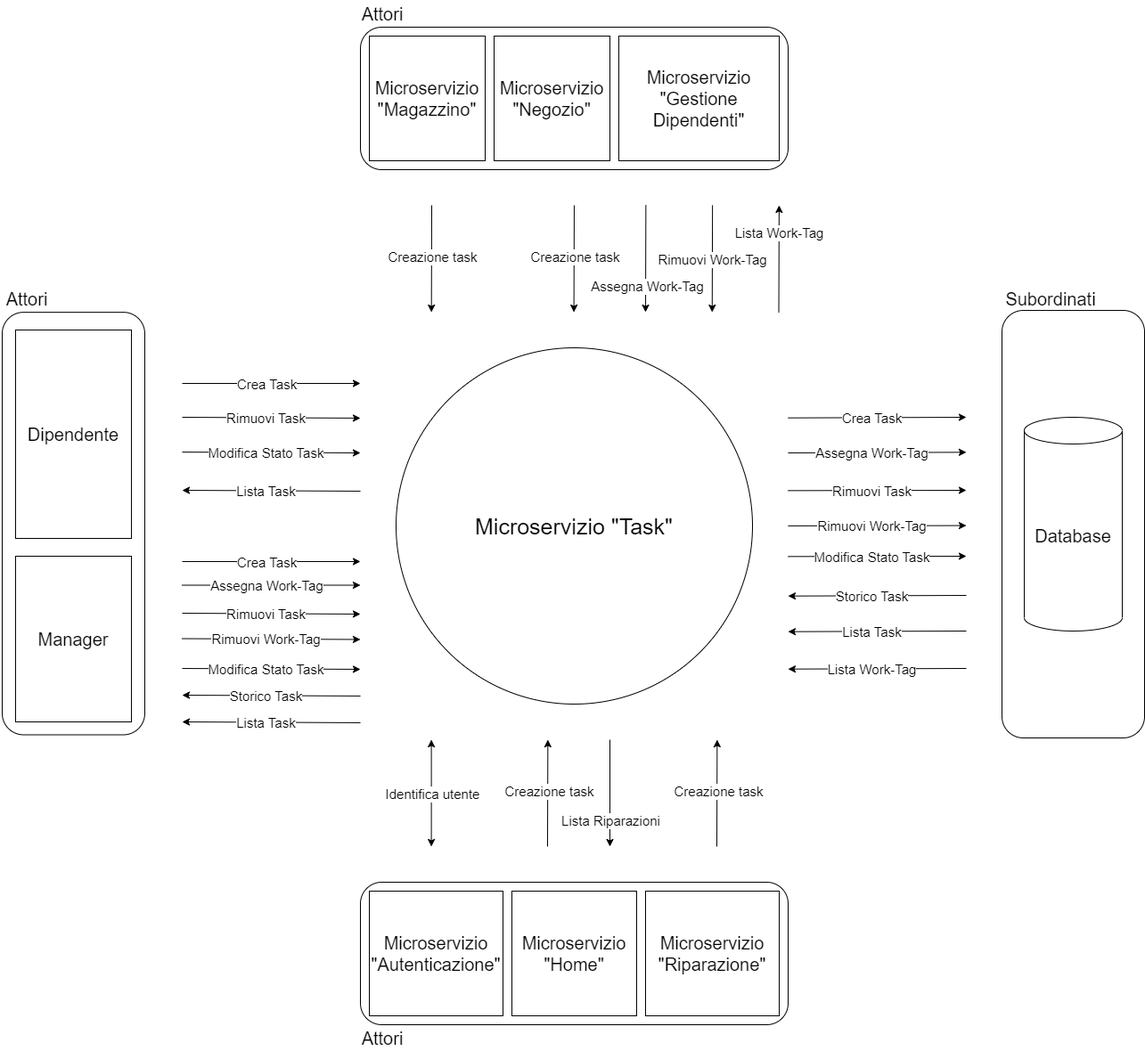
Earlier version of the draw.io export second-deliverable/images/Diagrammi_Contesto/Diagramma_Contesto_Task.png (IS-FixMi/Documentation-Source). Source tidied: cells renumbered, new cells last; positions are measured from the earlier drawing's top-left corner, leaving out a move shared by most shapes.
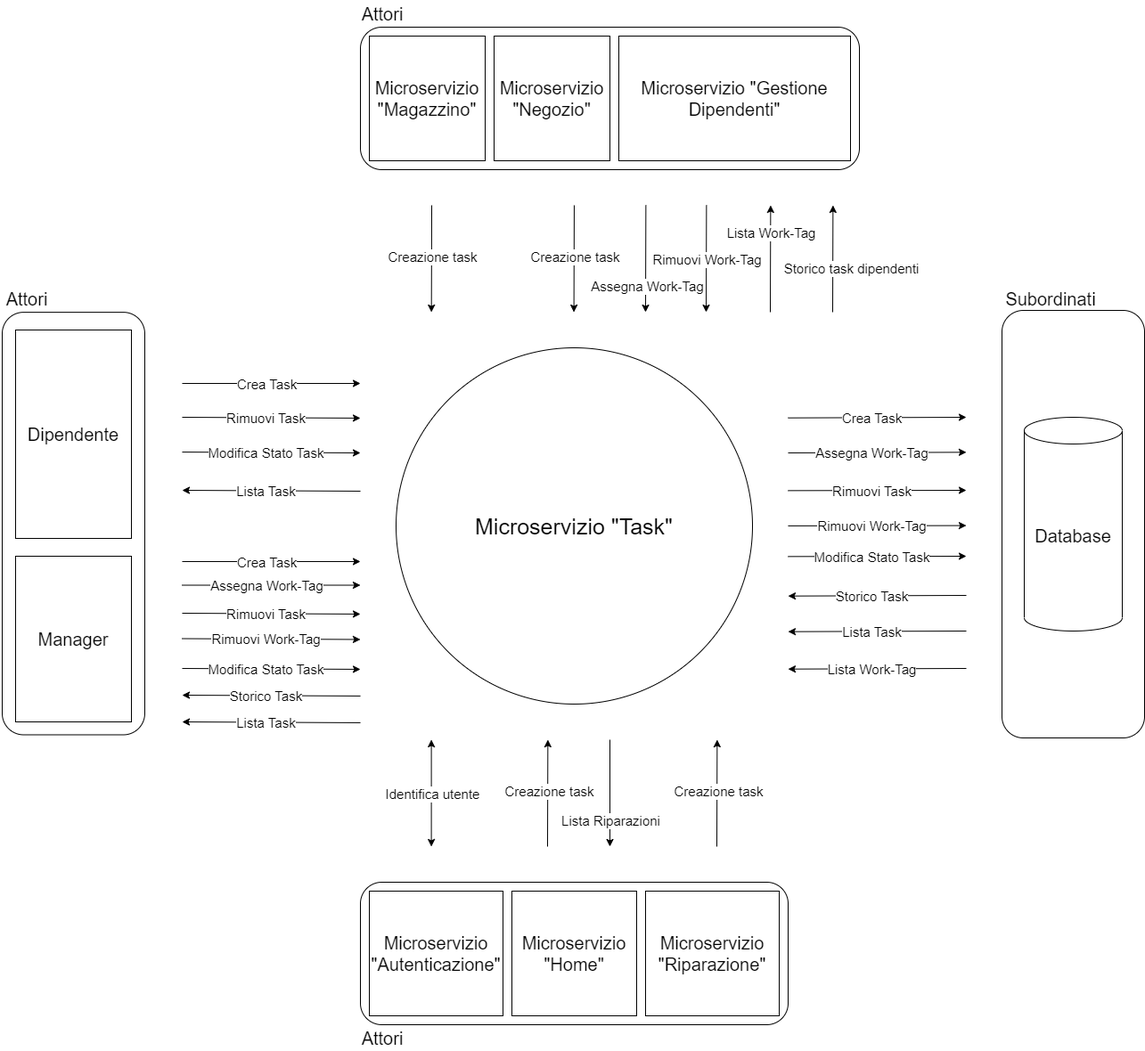
The same file after the commit.

Commit message:
Completate descrizioni UCD, Modificato diagramma di contesto

Change to the diagram source:
```diff
@@ -6,7 +6,7 @@
       <mxGeometry x="599" y="390" width="400" height="400" as="geometry" />
     </mxCell>
     <mxCell id="3" style="rounded=1;whiteSpace=wrap;html=1;fillColor=none;" parent="1" vertex="1">
-      <mxGeometry x="559" y="30" width="480" height="160" as="geometry" />
+      <mxGeometry x="559" y="30" width="560" height="160" as="geometry" />
     </mxCell>
     <mxCell id="4" style="rounded=1;whiteSpace=wrap;html=1;fillColor=none;rotation=-90;" parent="1" vertex="1">
       <mxGeometry x="-0.2" y="507.3" width="474.4" height="160" as="geometry" />
@@ -84,7 +84,7 @@
       <mxGeometry x="569" y="40" width="130" height="140" as="geometry" />
     </mxCell>
     <mxCell id="23" value="&lt;span style=&quot;font-size: 20px;&quot;&gt;Microservizio &quot;Gestione Dipendenti&quot;&lt;/span&gt;" style="rounded=0;whiteSpace=wrap;html=1;" parent="1" vertex="1">
-      <mxGeometry x="849" y="40" width="180" height="140" as="geometry" />
+      <mxGeometry x="849" y="40" width="260" height="140" as="geometry" />
     </mxCell>
     <mxCell id="24" value="&lt;font style=&quot;font-size: 20px;&quot;&gt;Microservizio &quot;Negozio&quot;&lt;/font&gt;" style="rounded=0;whiteSpace=wrap;html=1;" parent="1" vertex="1">
       <mxGeometry x="709" y="40" width="130" height="140" as="geometry" />
@@ -224,8 +224,8 @@
     </mxCell>
     <mxCell id="56" style="endArrow=classic;html=1;rounded=0;startArrow=none;startFill=0;endFill=1;" parent="1" edge="1">
       <mxGeometry relative="1" as="geometry">
-        <mxPoint x="954.1" y="230" as="sourcePoint" />
-        <mxPoint x="953.8" y="350" as="targetPoint" />
+        <mxPoint x="947.4" y="230" as="sourcePoint" />
+        <mxPoint x="947" y="350" as="targetPoint" />
       </mxGeometry>
     </mxCell>
     <mxCell id="57" value="&lt;span style=&quot;font-size: 15px;&quot;&gt;Rimuovi Work-Tag&lt;/span&gt;" style="edgeLabel;html=1;align=center;verticalAlign=middle;" parent="56" vertex="1">
@@ -235,8 +235,8 @@
     </mxCell>
     <mxCell id="58" style="endArrow=none;html=1;rounded=0;startArrow=classic;startFill=1;endFill=0;" parent="1" edge="1">
       <mxGeometry relative="1" as="geometry">
-        <mxPoint x="1028.9" y="230" as="sourcePoint" />
-        <mxPoint x="1028.5" y="350" as="targetPoint" />
+        <mxPoint x="1019.4" y="230" as="sourcePoint" />
+        <mxPoint x="1019" y="350" as="targetPoint" />
       </mxGeometry>
     </mxCell>
     <mxCell id="59" value="&lt;span style=&quot;font-size: 15px;&quot;&gt;Lista Work-Tag&lt;/span&gt;" style="edgeLabel;html=1;align=center;verticalAlign=middle;" parent="58" vertex="1">
@@ -318,5 +318,16 @@
         <mxPoint x="1" y="27" as="offset" />
       </mxGeometry>
     </mxCell>
+    <mxCell id="76" style="endArrow=none;html=1;rounded=0;startArrow=classic;startFill=1;endFill=0;" parent="1" edge="1">
+      <mxGeometry relative="1" as="geometry">
+        <mxPoint x="1089.4" y="230" as="sourcePoint" />
+        <mxPoint x="1089" y="350" as="targetPoint" />
+      </mxGeometry>
+    </mxCell>
+    <mxCell id="77" value="&lt;span style=&quot;font-size: 15px;&quot;&gt;Storico task dipendenti&lt;br&gt;&lt;/span&gt;" style="edgeLabel;html=1;align=center;verticalAlign=middle;" parent="76" vertex="1">
+      <mxGeometry x="-0.04" y="1" relative="1" as="geometry">
+        <mxPoint x="19" y="13" as="offset" />
+      </mxGeometry>
+    </mxCell>
   </root>
 </mxGraphModel>
```
